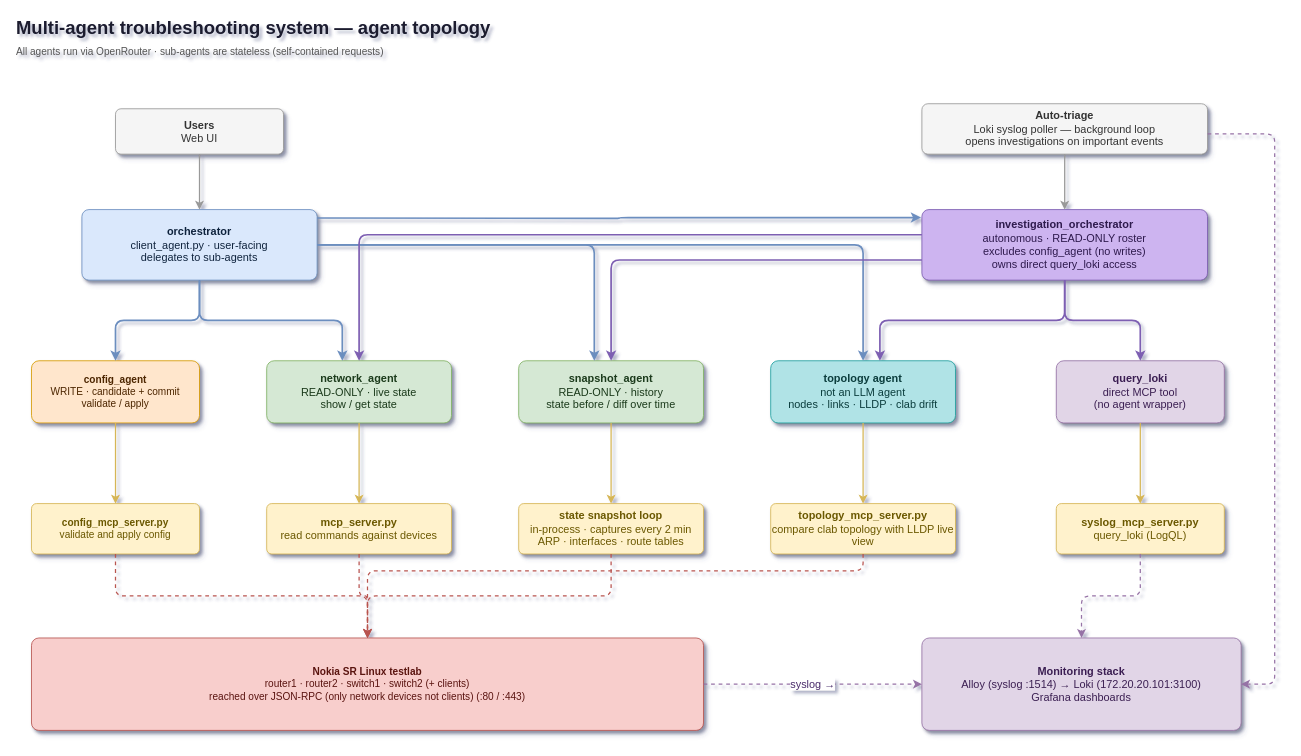
Before: docs/agents-architecture.drawio in FHNW-Security-Lab-Student-Projects/ip6-autonome-netzwerkadministration, a draw.io diagram. Source tidied: cells renumbered, new cells numbered last; positions are measured from the earlier drawing's top-left corner, leaving out a move shared by most shapes. Both pictures are drawn from the tidied source at 84%, with x=0, y=0 at pixel (14, 14).
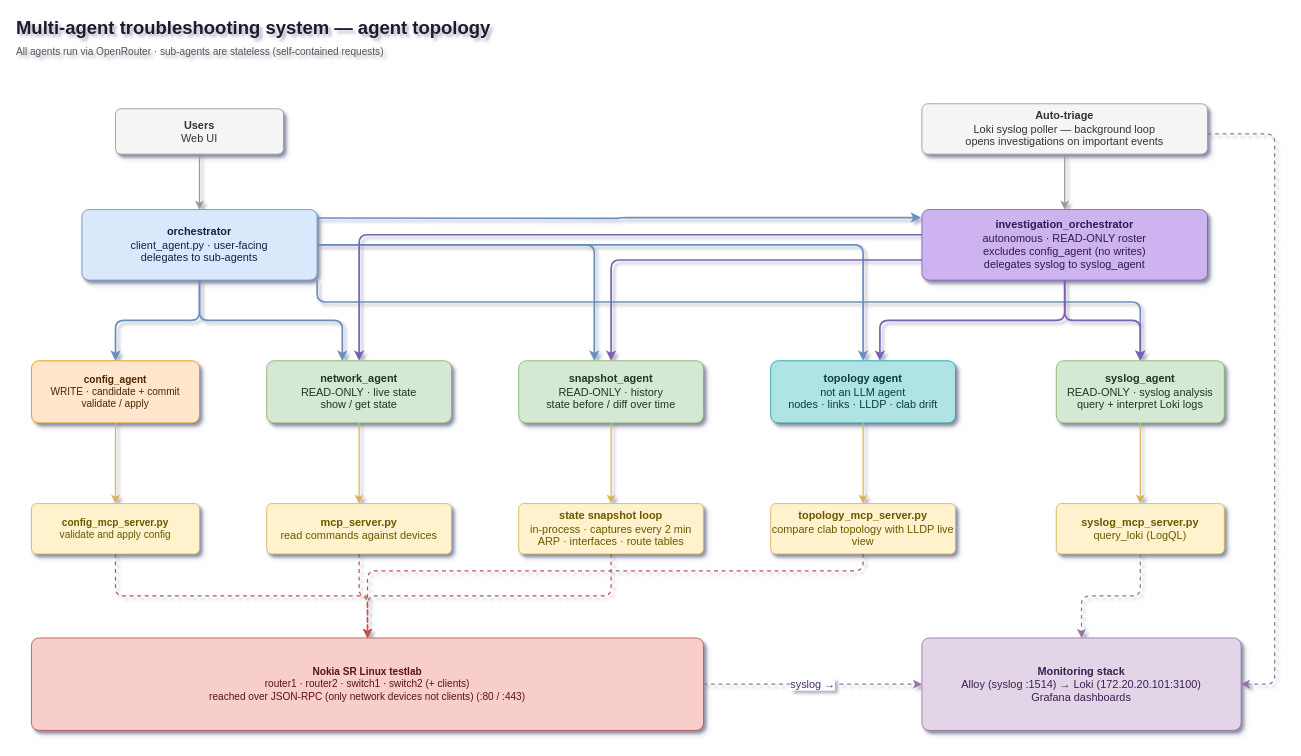
The same diagram, later.

Commit message (it also covers changes not shown here):
new syslog_agent experiment

Unchanged cells that the change refers to:
```xml
<mxCell id="6" value="&lt;b&gt;orchestrator&lt;/b&gt;&lt;br&gt;&lt;font&gt;client_agent.py · user-facing&lt;br&gt;delegates to sub-agents&lt;br&gt;&lt;/font&gt;" style="rounded=1;whiteSpace=wrap;html=1;arcSize=10;fillColor=#dae8fc;strokeColor=#6c8ebf;fontColor=#10243e;shadow=1;verticalAlign=middle;fontSize=13;" parent="1" vertex="1">
  <mxGeometry x="80" y="232" width="280" height="84" as="geometry" />
</mxCell>
<mxCell id="27" value="&lt;b&gt;syslog_mcp_server.py&lt;/b&gt;&lt;br&gt;&lt;font&gt;query_loki (LogQL)&lt;/font&gt;" style="rounded=1;whiteSpace=wrap;html=1;arcSize=10;fillColor=#fff2cc;strokeColor=#d6b656;fontColor=#6b5800;shadow=1;verticalAlign=middle;fontSize=13;" parent="1" vertex="1">
  <mxGeometry x="1240" y="582" width="200" height="60" as="geometry" />
</mxCell>
```

Change to the diagram source:
```diff
@@
-    <mxCell id="7" value="&lt;b&gt;investigation_orchestrator&lt;/b&gt;&lt;br&gt;&lt;font&gt;autonomous · READ-ONLY roster&lt;br&gt;excludes config_agent (no writes)&lt;br&gt;owns direct query_loki access&lt;/font&gt;" style="rounded=1;whiteSpace=wrap;html=1;arcSize=10;fillColor=#cdb4f0;strokeColor=#7d5fb2;fontColor=#2e1a4d;shadow=1;verticalAlign=middle;fontSize=13;" parent="1" vertex="1">
+    <mxCell id="7" value="&lt;b&gt;investigation_orchestrator&lt;/b&gt;&lt;br&gt;&lt;font&gt;autonomous · READ-ONLY roster&lt;br&gt;excludes config_agent (no writes)&lt;br&gt;delegates syslog to syslog_agent&lt;/font&gt;" style="rounded=1;whiteSpace=wrap;html=1;arcSize=10;fillColor=#cdb4f0;strokeColor=#7d5fb2;fontColor=#2e1a4d;shadow=1;verticalAlign=middle;fontSize=13;" parent="1" vertex="1">
       <mxGeometry x="1080" y="232" width="340" height="84" as="geometry" />
     </mxCell>
@@
-    <mxCell id="14" value="&lt;b&gt;query_loki&lt;/b&gt;&lt;br&gt;&lt;font&gt;direct MCP tool&lt;br&gt;(no agent wrapper)&lt;/font&gt;" style="rounded=1;whiteSpace=wrap;html=1;arcSize=12;fillColor=#e1d5e7;strokeColor=#9673a6;fontColor=#3b1f52;shadow=1;verticalAlign=middle;fontSize=13;" parent="1" vertex="1">
-      <mxGeometry x="1240" y="412" width="200" height="74" as="geometry" />
-    </mxCell>
+    <mxCell id="43" value="&lt;b&gt;syslog_agent&lt;/b&gt;&lt;br&gt;&lt;font&gt;READ-ONLY · syslog analysis&lt;br&gt;query + interpret Loki logs&lt;/font&gt;" style="rounded=1;whiteSpace=wrap;html=1;arcSize=12;fillColor=#d5e8d4;strokeColor=#82b366;fontColor=#1b3a1b;shadow=1;verticalAlign=middle;fontSize=13;" parent="1" vertex="1">
+      <mxGeometry x="1240" y="412" width="200" height="74" as="geometry" />
+    </mxCell>
@@
+    <mxCell id="44" style="edgeStyle=orthogonalEdgeStyle;rounded=1;html=1;endArrow=classic;strokeColor=#6c8ebf;strokeWidth=2;fontSize=13;fontColor=#10243e;labelBackgroundColor=#ffffff;" parent="1" edge="1" source="6" target="43">
+      <mxGeometry relative="1" as="geometry">
+        <Array as="points">
+          <mxPoint x="360" y="342" />
+          <mxPoint x="1340" y="342" />
+        </Array>
+      </mxGeometry>
+    </mxCell>
@@
-    <mxCell id="22" style="edgeStyle=orthogonalEdgeStyle;rounded=1;html=1;endArrow=classic;strokeColor=#7d5fb2;strokeWidth=2;fontSize=13;" parent="1" edge="1" source="7" target="14">
-      <mxGeometry relative="1" as="geometry" />
-    </mxCell>
+    <mxCell id="45" style="edgeStyle=orthogonalEdgeStyle;rounded=1;html=1;endArrow=classic;strokeColor=#7d5fb2;strokeWidth=2;fontSize=13;" parent="1" edge="1" source="7" target="43">
+      <mxGeometry relative="1" as="geometry" />
+    </mxCell>
@@
-    <mxCell id="32" style="edgeStyle=orthogonalEdgeStyle;rounded=1;html=1;endArrow=classic;strokeColor=#d6b656;strokeWidth=1.5;fontSize=13;fontColor=#6b5800;labelBackgroundColor=#ffffff;" parent="1" edge="1" source="14" target="27">
+    <mxCell id="32" style="edgeStyle=orthogonalEdgeStyle;rounded=1;html=1;endArrow=classic;strokeColor=#d6b656;strokeWidth=1.5;fontSize=13;fontColor=#6b5800;labelBackgroundColor=#ffffff;" parent="1" edge="1" source="43" target="27">
       <mxGeometry relative="1" as="geometry" />
     </mxCell>
```
